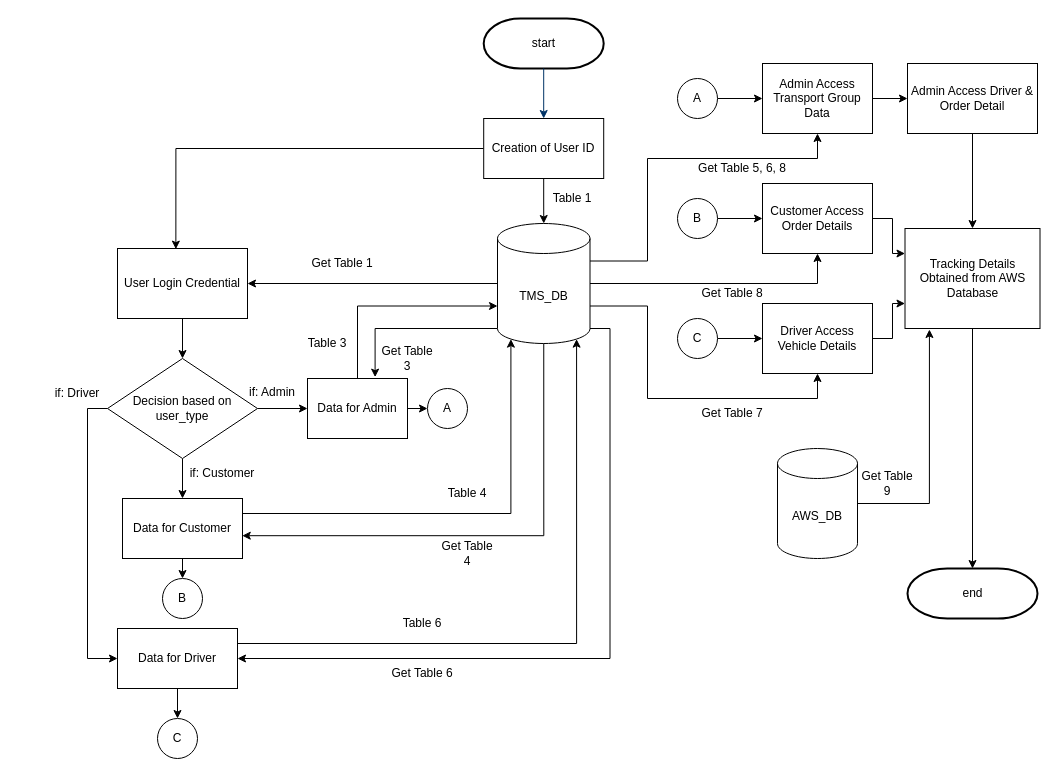
SantoAry/AquaDeveloper_Academy keeps this draw.io diagram as Day_1/Figures/Flowchart.drawio. Above is the earlier version. Source tidied: cells renumbered, new cells numbered last; positions are measured from the earlier drawing's top-left corner, leaving out a move shared by most shapes. Both pictures are drawn from the tidied source at 100%, with x=0, y=0 at pixel (47, 18).
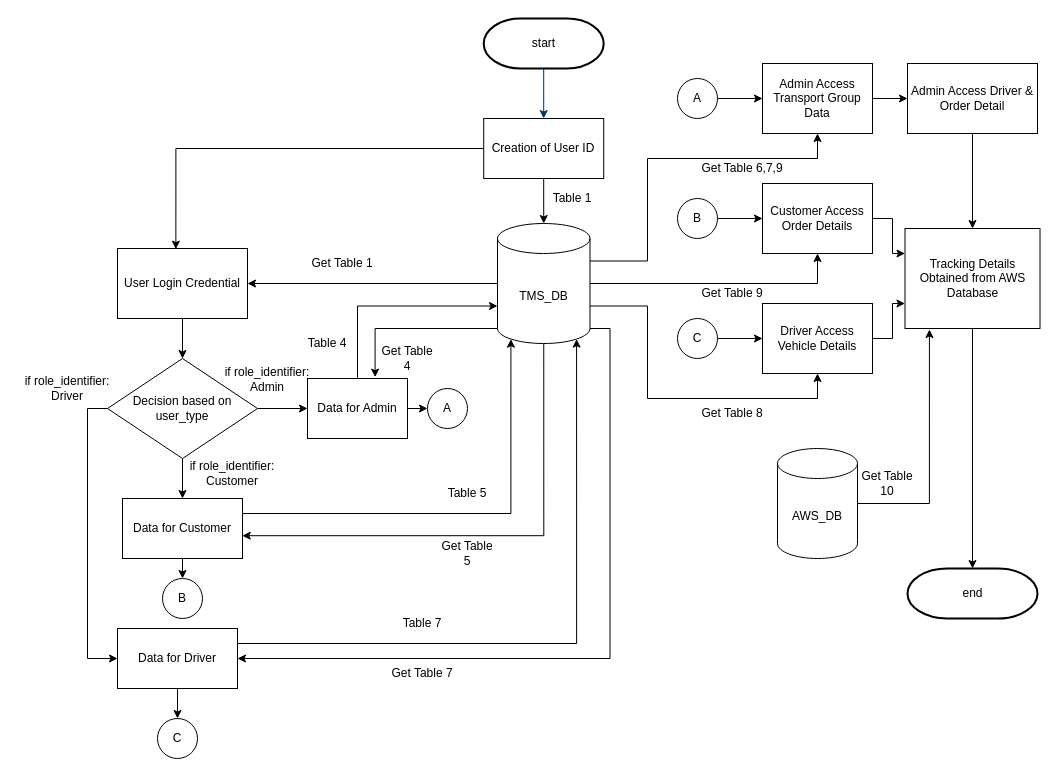
The same page after the edit.

Change to the diagram source:
```diff
@@
-    <mxCell id="35" value="if: Admin" style="text;html=1;strokeColor=none;fillColor=none;align=center;verticalAlign=middle;whiteSpace=wrap;rounded=0;" parent="1" vertex="1">
-      <mxGeometry x="195" y="359" width="60" height="30" as="geometry" />
+    <mxCell id="35" value="if role_identifier: Admin" style="text;html=1;strokeColor=none;fillColor=none;align=center;verticalAlign=middle;whiteSpace=wrap;rounded=0;" parent="1" vertex="1">
+      <mxGeometry x="170" y="331" width="100" height="59" as="geometry" />
     </mxCell>
-    <mxCell id="36" value="if: Driver" style="text;html=1;strokeColor=none;fillColor=none;align=center;verticalAlign=middle;whiteSpace=wrap;rounded=0;" parent="1" vertex="1">
-      <mxGeometry y="360" width="60" height="30" as="geometry" />
+    <mxCell id="36" value="if role_identifier: Driver" style="text;html=1;strokeColor=none;fillColor=none;align=center;verticalAlign=middle;whiteSpace=wrap;rounded=0;" parent="1" vertex="1">
+      <mxGeometry x="-30" y="350" width="100" height="40" as="geometry" />
     </mxCell>
-    <mxCell id="37" value="if: Customer" style="text;html=1;strokeColor=none;fillColor=none;align=center;verticalAlign=middle;whiteSpace=wrap;rounded=0;" parent="1" vertex="1">
-      <mxGeometry x="140" y="440" width="70" height="30" as="geometry" />
+    <mxCell id="37" value="if role_identifier: Customer" style="text;html=1;strokeColor=none;fillColor=none;align=center;verticalAlign=middle;whiteSpace=wrap;rounded=0;" parent="1" vertex="1">
+      <mxGeometry x="140" y="440" width="90" height="30" as="geometry" />
     </mxCell>
-    <mxCell id="38" value="Table 3" style="text;html=1;strokeColor=none;fillColor=none;align=center;verticalAlign=middle;whiteSpace=wrap;rounded=0;" parent="1" vertex="1">
+    <mxCell id="38" value="Table 4" style="text;html=1;strokeColor=none;fillColor=none;align=center;verticalAlign=middle;whiteSpace=wrap;rounded=0;" parent="1" vertex="1">
       <mxGeometry x="250" y="310" width="60" height="30" as="geometry" />
     </mxCell>
-    <mxCell id="39" value="Get Table 3" style="text;html=1;strokeColor=none;fillColor=none;align=center;verticalAlign=middle;whiteSpace=wrap;rounded=0;" parent="1" vertex="1">
+    <mxCell id="39" value="Get Table 4" style="text;html=1;strokeColor=none;fillColor=none;align=center;verticalAlign=middle;whiteSpace=wrap;rounded=0;" parent="1" vertex="1">
       <mxGeometry x="330" y="325" width="60" height="30" as="geometry" />
     </mxCell>
-    <mxCell id="40" value="Table 4" style="text;html=1;strokeColor=none;fillColor=none;align=center;verticalAlign=middle;whiteSpace=wrap;rounded=0;" parent="1" vertex="1">
+    <mxCell id="40" value="Table 5" style="text;html=1;strokeColor=none;fillColor=none;align=center;verticalAlign=middle;whiteSpace=wrap;rounded=0;" parent="1" vertex="1">
       <mxGeometry x="390" y="460" width="60" height="30" as="geometry" />
     </mxCell>
-    <mxCell id="41" value="Get Table 4" style="text;html=1;strokeColor=none;fillColor=none;align=center;verticalAlign=middle;whiteSpace=wrap;rounded=0;" parent="1" vertex="1">
+    <mxCell id="41" value="Get Table 5" style="text;html=1;strokeColor=none;fillColor=none;align=center;verticalAlign=middle;whiteSpace=wrap;rounded=0;" parent="1" vertex="1">
       <mxGeometry x="390" y="520" width="60" height="30" as="geometry" />
     </mxCell>
-    <mxCell id="42" value="Table 6" style="text;html=1;strokeColor=none;fillColor=none;align=center;verticalAlign=middle;whiteSpace=wrap;rounded=0;" parent="1" vertex="1">
+    <mxCell id="42" value="Table 7" style="text;html=1;strokeColor=none;fillColor=none;align=center;verticalAlign=middle;whiteSpace=wrap;rounded=0;" parent="1" vertex="1">
       <mxGeometry x="345" y="590" width="60" height="30" as="geometry" />
     </mxCell>
-    <mxCell id="43" value="Get Table 6" style="text;html=1;strokeColor=none;fillColor=none;align=center;verticalAlign=middle;whiteSpace=wrap;rounded=0;" parent="1" vertex="1">
+    <mxCell id="43" value="Get Table 7" style="text;html=1;strokeColor=none;fillColor=none;align=center;verticalAlign=middle;whiteSpace=wrap;rounded=0;" parent="1" vertex="1">
       <mxGeometry x="340" y="640" width="70" height="30" as="geometry" />
     </mxCell>
@@
-    <mxCell id="59" value="Get Table 5, 6, 8" style="text;html=1;strokeColor=none;fillColor=none;align=center;verticalAlign=middle;whiteSpace=wrap;rounded=0;" parent="1" vertex="1">
+    <mxCell id="59" value="Get Table 6,7,9" style="text;html=1;strokeColor=none;fillColor=none;align=center;verticalAlign=middle;whiteSpace=wrap;rounded=0;" parent="1" vertex="1">
       <mxGeometry x="650" y="135" width="90" height="30" as="geometry" />
     </mxCell>
-    <mxCell id="60" value="Get Table 8" style="text;html=1;strokeColor=none;fillColor=none;align=center;verticalAlign=middle;whiteSpace=wrap;rounded=0;" parent="1" vertex="1">
+    <mxCell id="60" value="Get Table 9" style="text;html=1;strokeColor=none;fillColor=none;align=center;verticalAlign=middle;whiteSpace=wrap;rounded=0;" parent="1" vertex="1">
       <mxGeometry x="650" y="260" width="70" height="30" as="geometry" />
     </mxCell>
-    <mxCell id="61" value="Get Table 7" style="text;html=1;strokeColor=none;fillColor=none;align=center;verticalAlign=middle;whiteSpace=wrap;rounded=0;" parent="1" vertex="1">
+    <mxCell id="61" value="Get Table 8" style="text;html=1;strokeColor=none;fillColor=none;align=center;verticalAlign=middle;whiteSpace=wrap;rounded=0;" parent="1" vertex="1">
       <mxGeometry x="650" y="380" width="70" height="30" as="geometry" />
     </mxCell>
@@
-    <mxCell id="66" value="Get Table 9" style="text;html=1;strokeColor=none;fillColor=none;align=center;verticalAlign=middle;whiteSpace=wrap;rounded=0;" parent="1" vertex="1">
+    <mxCell id="66" value="Get Table 10" style="text;html=1;strokeColor=none;fillColor=none;align=center;verticalAlign=middle;whiteSpace=wrap;rounded=0;" parent="1" vertex="1">
       <mxGeometry x="810" y="450" width="60" height="30" as="geometry" />
     </mxCell>
```
